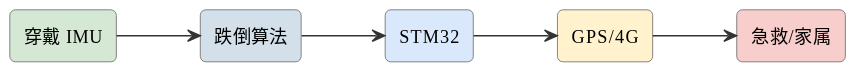
The PlantUML diagram assets/diagrams/ideas-fig50.svg in mingyi0818/IntelligentMcuCourse, before a commit.
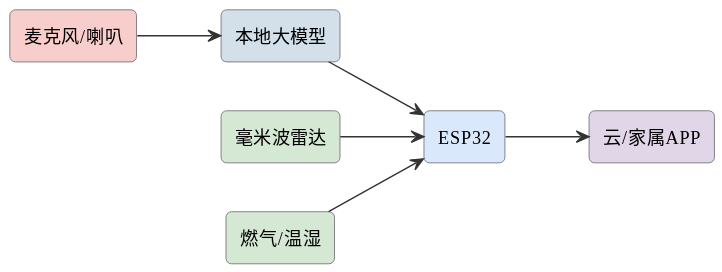
Above is the later version.

What changed in the source:
```diff
@@ -6,13 +6,15 @@
 skinparam arrowFontSize 11
 skinparam arrowColor #333
 left to right direction
-rectangle "穿戴 IMU" as imu #d5e8d4
-rectangle "跌倒算法" as ai #d3e0ea
-rectangle "STM32" as stm #dae8fc
-rectangle "GPS/4G" as gps #fff2cc
-rectangle "急救/家属" as app #f8cecc
-imu --> ai
-ai --> stm
-stm --> gps
-gps --> app
+rectangle "麦克风/喇叭" as mic #f8cecc
+rectangle "本地大模型" as ai #d3e0ea
+rectangle "毫米波雷达" as radar #d5e8d4
+rectangle "ESP32" as esp #dae8fc
+rectangle "燃气/温湿" as env #d5e8d4
+rectangle "云/家属APP" as cloud #e1d5e8
+mic --> ai
+ai --> esp
+radar --> esp
+env --> esp
+esp --> cloud
 @enduml
```
